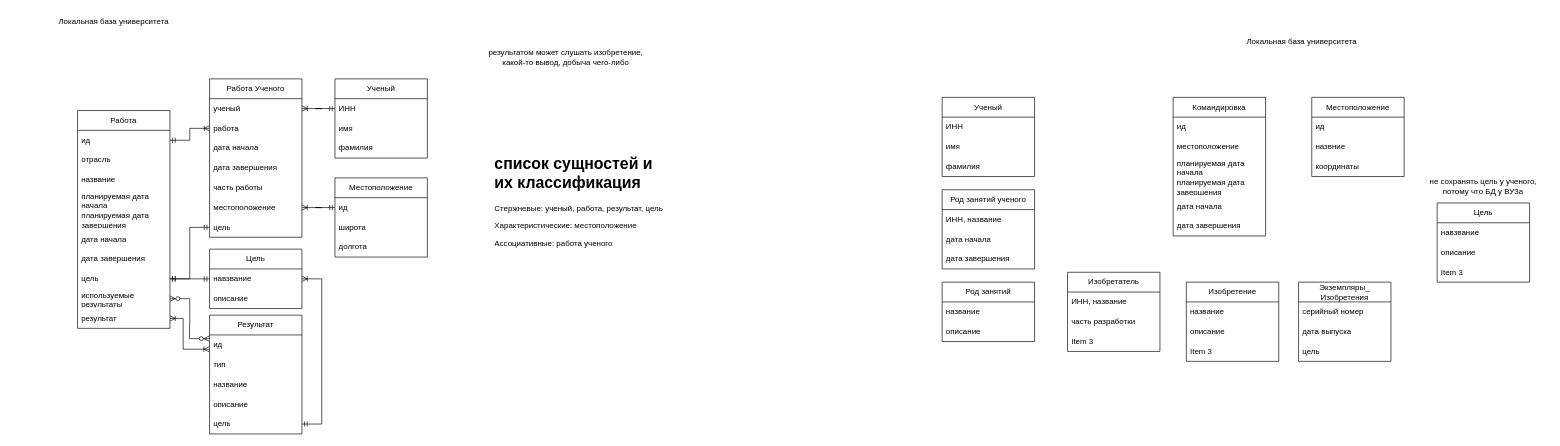
This is DB/lab_1/diagrams/info.drawio from vanya9090/itmo, a draw.io file, before an edit. Source tidied: cells renumbered, new cells numbered last; positions are measured from the earlier drawing's top-left corner, leaving out a move shared by most shapes. Both pictures are drawn from the tidied source at 66%, with x=0, y=0 at pixel (11, 11).
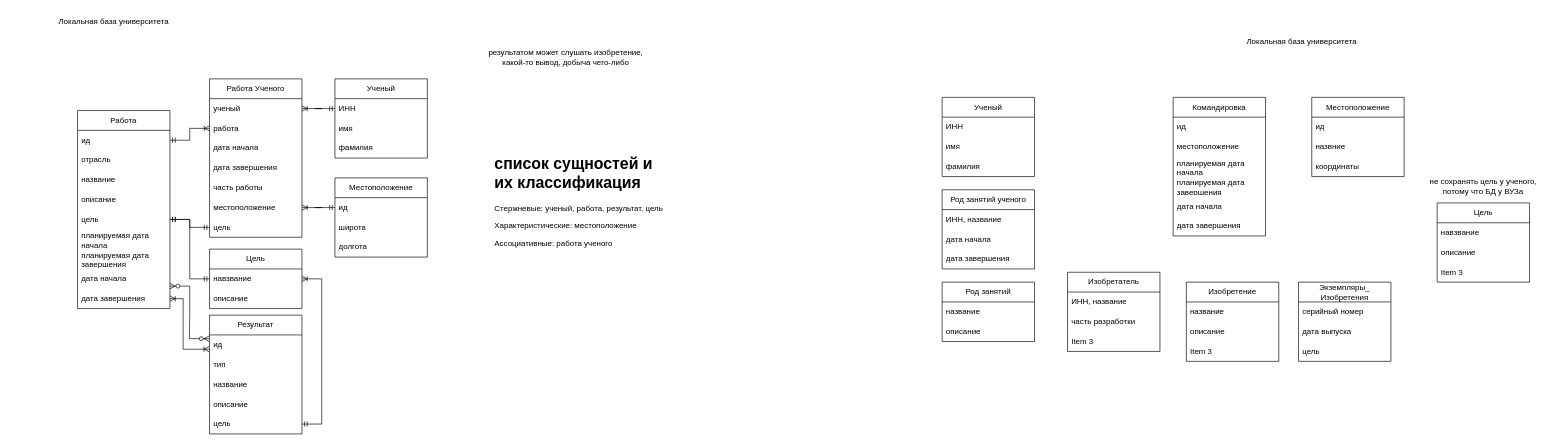
The same page after the edit.

The change refers to these unchanged cells:
```xml
<mxCell id="66" value="ид" style="text;strokeColor=none;fillColor=none;align=left;verticalAlign=middle;spacingLeft=4;spacingRight=4;overflow=hidden;points=[[0,0.5],[1,0.5]];portConstraint=eastwest;whiteSpace=wrap;html=1;" parent="65" vertex="1">
  <mxGeometry y="30" width="140" height="30" as="geometry" />
</mxCell>
```

Change to the diagram source:
```diff
@@
     <mxCell id="46" value="Работа" style="swimlane;fontStyle=0;horizontal=1;startSize=30;whiteSpace=wrap;html=1;" parent="1" vertex="1">
-      <mxGeometry x="100" y="150" width="140" height="330" as="geometry" />
+      <mxGeometry x="100" y="150" width="140" height="300" as="geometry" />
     </mxCell>
@@
+    <mxCell id="89" value="описание&amp;nbsp;" style="text;strokeColor=none;fillColor=none;align=left;verticalAlign=middle;spacingLeft=4;spacingRight=4;overflow=hidden;whiteSpace=wrap;html=1;" parent="46" vertex="1">
+      <mxGeometry y="120" width="140" height="30" as="geometry" />
+    </mxCell>
+    <mxCell id="54" value="цель" style="text;strokeColor=none;fillColor=none;align=left;verticalAlign=middle;spacingLeft=4;spacingRight=4;overflow=hidden;points=[[0,0.5],[1,0.5]];portConstraint=eastwest;whiteSpace=wrap;html=1;" parent="46" vertex="1">
+      <mxGeometry y="150" width="140" height="30" as="geometry" />
+    </mxCell>
     <mxCell id="50" value="планируемая дата начала" style="text;strokeColor=none;fillColor=none;align=left;verticalAlign=middle;spacingLeft=4;spacingRight=4;overflow=hidden;whiteSpace=wrap;html=1;" parent="46" vertex="1">
-      <mxGeometry y="120" width="140" height="30" as="geometry" />
+      <mxGeometry y="180" width="140" height="30" as="geometry" />
     </mxCell>
     <mxCell id="51" value="планируемая дата завершения" style="text;strokeColor=none;fillColor=none;align=left;verticalAlign=middle;spacingLeft=4;spacingRight=4;overflow=hidden;whiteSpace=wrap;html=1;" parent="46" vertex="1">
-      <mxGeometry y="150" width="140" height="30" as="geometry" />
+      <mxGeometry y="210" width="140" height="30" as="geometry" />
     </mxCell>
     <mxCell id="52" value="дата начала" style="text;strokeColor=none;fillColor=none;align=left;verticalAlign=middle;spacingLeft=4;spacingRight=4;overflow=hidden;whiteSpace=wrap;html=1;" parent="46" vertex="1">
-      <mxGeometry y="180" width="140" height="30" as="geometry" />
+      <mxGeometry y="240" width="140" height="30" as="geometry" />
     </mxCell>
     <mxCell id="53" value="дата завершения" style="text;strokeColor=none;fillColor=none;align=left;verticalAlign=middle;spacingLeft=4;spacingRight=4;overflow=hidden;points=[[0,0.5],[1,0.5]];portConstraint=eastwest;whiteSpace=wrap;html=1;" parent="46" vertex="1">
-      <mxGeometry y="210" width="140" height="30" as="geometry" />
+      <mxGeometry y="270" width="140" height="30" as="geometry" />
     </mxCell>
-    <mxCell id="54" value="цель" style="text;strokeColor=none;fillColor=none;align=left;verticalAlign=middle;spacingLeft=4;spacingRight=4;overflow=hidden;points=[[0,0.5],[1,0.5]];portConstraint=eastwest;whiteSpace=wrap;html=1;" parent="46" vertex="1">
-      <mxGeometry y="240" width="140" height="30" as="geometry" />
-    </mxCell>
-    <mxCell id="55" value="используемые результаты" style="text;strokeColor=none;fillColor=none;align=left;verticalAlign=middle;spacingLeft=4;spacingRight=4;overflow=hidden;points=[[0,0.5],[1,0.5]];portConstraint=eastwest;whiteSpace=wrap;html=1;" parent="46" vertex="1">
-      <mxGeometry y="270" width="140" height="30" as="geometry" />
-    </mxCell>
-    <mxCell id="56" value="результат" style="text;strokeColor=none;fillColor=none;align=left;verticalAlign=middle;spacingLeft=4;spacingRight=4;overflow=hidden;points=[[0,0.5],[1,0.5]];portConstraint=eastwest;whiteSpace=wrap;html=1;" parent="46" vertex="1">
-      <mxGeometry y="300" width="140" height="30" as="geometry" />
-    </mxCell>
@@
-    <mxCell id="72" style="edgeStyle=entityRelationEdgeStyle;fontSize=12;html=1;endArrow=ERzeroToMany;endFill=1;startArrow=ERzeroToMany;rounded=0;exitX=1;exitY=0.5;exitDx=0;exitDy=0;entryX=-0.004;entryY=0.187;entryDx=0;entryDy=0;entryPerimeter=0;" parent="1" edge="1" source="55" target="66">
-      <mxGeometry relative="1" as="geometry" />
+    <mxCell id="72" style="edgeStyle=entityRelationEdgeStyle;fontSize=12;html=1;endArrow=ERzeroToMany;endFill=1;startArrow=ERzeroToMany;rounded=0;entryX=-0.004;entryY=0.187;entryDx=0;entryDy=0;entryPerimeter=0;" parent="1" edge="1">
+      <mxGeometry relative="1" as="geometry">
+        <mxPoint x="240" y="416" as="sourcePoint" />
+        <mxPoint x="299.4" y="495.6" as="targetPoint" />
+      </mxGeometry>
     </mxCell>
@@
-    <mxCell id="87" style="edgeStyle=elbowEdgeStyle;fontSize=12;html=1;endArrow=ERoneToMany;startArrow=ERoneToMany;rounded=0;entryX=-0.004;entryY=0.72;entryDx=0;entryDy=0;entryPerimeter=0;exitX=1;exitY=0.5;exitDx=0;exitDy=0;" parent="1" edge="1" source="56" target="66">
+    <mxCell id="87" style="edgeStyle=elbowEdgeStyle;fontSize=12;html=1;endArrow=ERoneToMany;startArrow=ERoneToMany;rounded=0;entryX=-0.004;entryY=0.72;entryDx=0;entryDy=0;entryPerimeter=0;exitX=1;exitY=0.5;exitDx=0;exitDy=0;" parent="1" edge="1" source="53" target="66">
       <mxGeometry relative="1" as="geometry">
         <Array as="points">
           <mxPoint x="260" y="490" />
         </Array>
       </mxGeometry>
     </mxCell>
```
